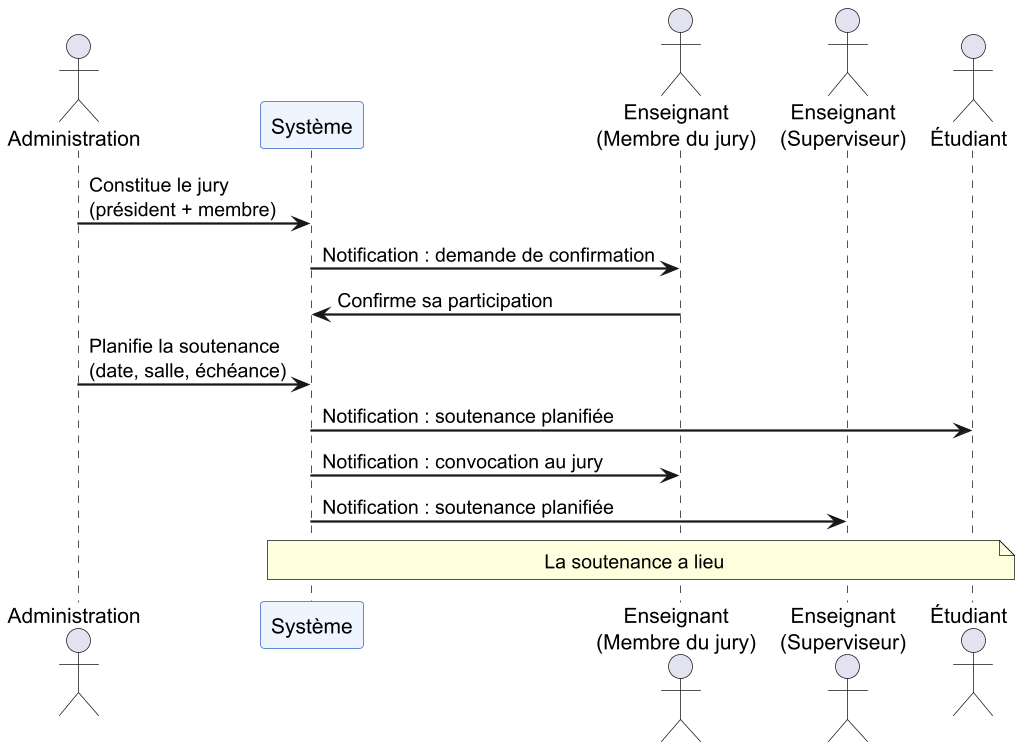
Before: diagrams/seq-jury-planification.png, a diagram exported from PlantUML (rhpo/pfe-enhanced).
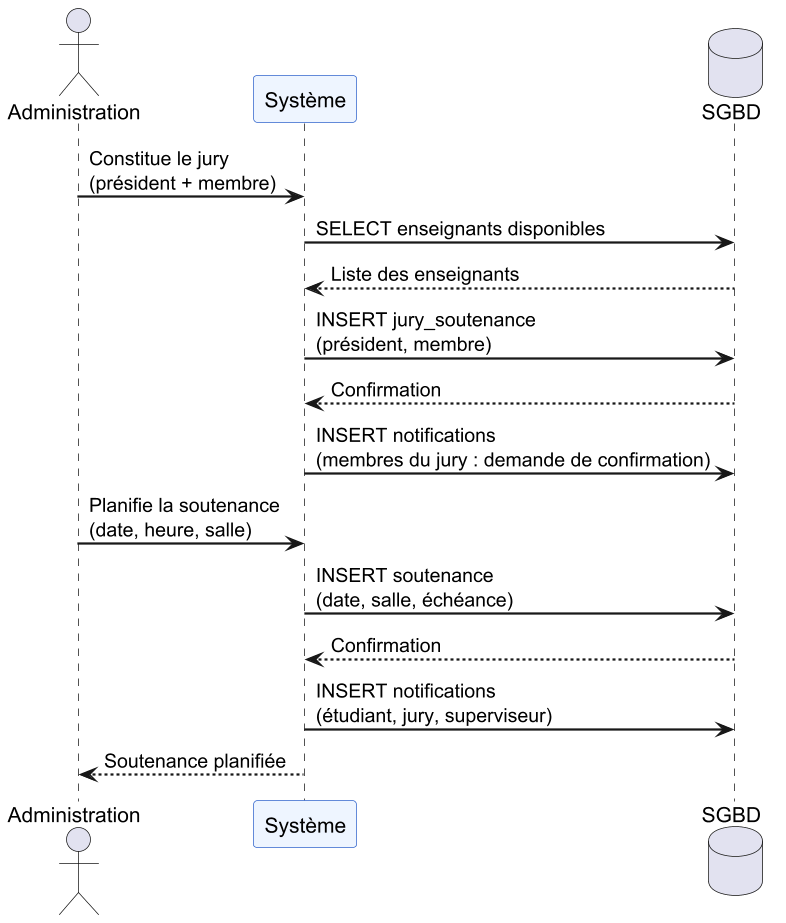
After the commit.

Change to the diagram source:
```diff
@@ -6,18 +6,18 @@
 
 actor "Administration" as A
 participant "Système" as S
-actor "Enseignant\n(Membre du jury)" as J
-actor "Enseignant\n(Superviseur)" as T
-actor "Étudiant" as E
+database "SGBD" as DB
 
 A -> S : Constitue le jury\n(président + membre)
-S -> J : Notification : demande de confirmation
-J -> S : Confirme sa participation
+S -> DB : SELECT enseignants disponibles
+DB --> S : Liste des enseignants
+S -> DB : INSERT jury_soutenance\n(président, membre)
+DB --> S : Confirmation
+S -> DB : INSERT notifications\n(membres du jury : demande de confirmation)
 
-A -> S : Planifie la soutenance\n(date, salle, échéance)
-S -> E : Notification : soutenance planifiée
-S -> J : Notification : convocation au jury
-S -> T : Notification : soutenance planifiée
-
-note over E, S : La soutenance a lieu
+A -> S : Planifie la soutenance\n(date, heure, salle)
+S -> DB : INSERT soutenance\n(date, salle, échéance)
+DB --> S : Confirmation
+S -> DB : INSERT notifications\n(étudiant, jury, superviseur)
+S --> A : Soutenance planifiée
 @enduml
```
